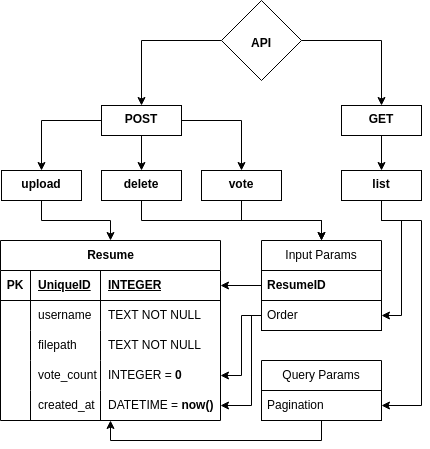
ames0k0/TestWork keeps this draw.io diagram as WebDevelopment/MVPProject/static/docs/ProjectStructure.drawio.png. Above is the earlier version. Source tidied: cells renumbered, new cells last; positions are measured from the earlier drawing's top-left corner, leaving out a move shared by most shapes.
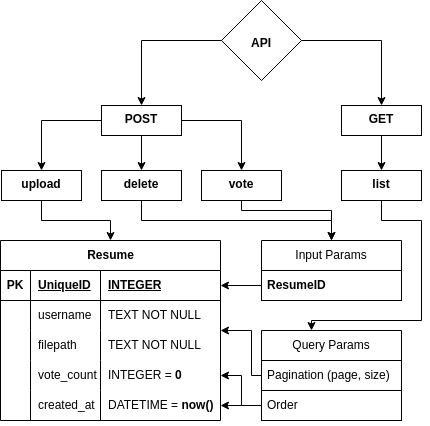
The same diagram one commit later.

What changed in the source:
```diff
@@ -84,60 +84,49 @@
       <mxGeometry relative="1" as="geometry">
         <Array as="points">
           <mxPoint x="141" y="220" />
-          <mxPoint x="321" y="220" />
+          <mxPoint x="331" y="220" />
         </Array>
       </mxGeometry>
     </mxCell>
     <mxCell id="29" value="&lt;b&gt;delete&lt;/b&gt;" style="whiteSpace=wrap;html=1;verticalAlign=top;" parent="1" vertex="1">
       <mxGeometry x="101" y="170" width="80" height="30" as="geometry" />
     </mxCell>
-    <mxCell id="30" style="edgeStyle=orthogonalEdgeStyle;rounded=0;jettySize=auto;html=1;" parent="1" edge="1" source="32" target="39">
-      <mxGeometry relative="1" as="geometry">
-        <Array as="points">
-          <mxPoint x="381" y="220" />
-          <mxPoint x="401" y="220" />
-          <mxPoint x="401" y="315" />
-        </Array>
-      </mxGeometry>
-    </mxCell>
-    <mxCell id="31" style="edgeStyle=orthogonalEdgeStyle;rounded=0;jettySize=auto;html=1;" parent="1" edge="1" source="32" target="35">
-      <mxGeometry relative="1" as="geometry">
-        <Array as="points">
-          <mxPoint x="381" y="220" />
-          <mxPoint x="421" y="220" />
-          <mxPoint x="421" y="405" />
-        </Array>
-      </mxGeometry>
-    </mxCell>
+    <mxCell id="50" style="edgeStyle=orthogonalEdgeStyle;rounded=0;jettySize=auto;html=1;" parent="1" edge="1" source="32" target="34">
+      <mxGeometry relative="1" as="geometry">
+        <Array as="points">
+          <mxPoint x="381" y="220" />
+          <mxPoint x="421" y="220" />
+          <mxPoint x="421" y="320" />
+          <mxPoint x="311" y="320" />
+        </Array>
+      </mxGeometry>
+    </mxCell>
     <mxCell id="32" value="&lt;b&gt;list&lt;/b&gt;" style="whiteSpace=wrap;html=1;verticalAlign=top;" parent="1" vertex="1">
       <mxGeometry x="341" y="170" width="80" height="30" as="geometry" />
     </mxCell>
     <mxCell id="33" style="edgeStyle=orthogonalEdgeStyle;rounded=0;jettySize=auto;html=1;" parent="1" edge="1" source="34" target="2">
       <mxGeometry relative="1" as="geometry">
         <Array as="points">
-          <mxPoint x="321" y="440" />
-          <mxPoint x="110" y="440" />
+          <mxPoint x="251" y="375" />
+          <mxPoint x="251" y="330" />
         </Array>
       </mxGeometry>
     </mxCell>
     <mxCell id="34" value="Query Params" style="swimlane;fontStyle=0;horizontal=1;startSize=30;whiteSpace=wrap;html=1;" parent="1" vertex="1">
-      <mxGeometry x="261" y="360" width="120" height="60" as="geometry" />
+      <mxGeometry x="261" y="330" width="140" height="90" as="geometry" />
     </mxCell>
-    <mxCell id="35" value="Pagination" style="text;strokeColor=default;fillColor=none;align=left;verticalAlign=middle;spacingLeft=4;spacingRight=4;overflow=hidden;points=[[0,0.5],[1,0.5]];portConstraint=eastwest;whiteSpace=wrap;html=1;" parent="34" vertex="1">
-      <mxGeometry y="30" width="120" height="30" as="geometry" />
+    <mxCell id="35" value="Pagination (page, size)" style="text;strokeColor=default;fillColor=none;align=left;verticalAlign=middle;spacingLeft=4;spacingRight=4;overflow=hidden;points=[[0,0.5],[1,0.5]];portConstraint=eastwest;whiteSpace=wrap;html=1;" parent="34" vertex="1">
+      <mxGeometry y="30" width="140" height="30" as="geometry" />
     </mxCell>
-    <mxCell id="36" style="edgeStyle=orthogonalEdgeStyle;rounded=0;jettySize=auto;html=1;" parent="1" edge="1" source="37" target="3">
-      <mxGeometry relative="1" as="geometry" />
-    </mxCell>
+    <mxCell id="39" value="Order" style="text;strokeColor=default;fillColor=none;align=left;verticalAlign=middle;spacingLeft=4;spacingRight=4;overflow=hidden;points=[[0,0.5],[1,0.5]];portConstraint=eastwest;whiteSpace=wrap;html=1;" parent="34" vertex="1">
+      <mxGeometry y="60" width="140" height="30" as="geometry" />
+    </mxCell>
     <mxCell id="37" value="Input Params" style="swimlane;fontStyle=0;horizontal=1;startSize=30;whiteSpace=wrap;html=1;" parent="1" vertex="1">
-      <mxGeometry x="261" y="240" width="120" height="90" as="geometry" />
+      <mxGeometry x="261" y="240" width="140" height="60" as="geometry" />
     </mxCell>
     <mxCell id="38" value="&lt;b&gt;ResumeID&lt;/b&gt;" style="text;strokeColor=default;fillColor=none;align=left;verticalAlign=middle;spacingLeft=4;spacingRight=4;overflow=hidden;points=[[0,0.5],[1,0.5]];portConstraint=eastwest;whiteSpace=wrap;html=1;" parent="37" vertex="1">
-      <mxGeometry y="30" width="120" height="30" as="geometry" />
+      <mxGeometry y="30" width="140" height="30" as="geometry" />
     </mxCell>
-    <mxCell id="39" value="Order" style="text;strokeColor=default;fillColor=none;align=left;verticalAlign=middle;spacingLeft=4;spacingRight=4;overflow=hidden;points=[[0,0.5],[1,0.5]];portConstraint=eastwest;whiteSpace=wrap;html=1;" parent="37" vertex="1">
-      <mxGeometry y="60" width="120" height="30" as="geometry" />
-    </mxCell>
     <mxCell id="40" style="edgeStyle=orthogonalEdgeStyle;rounded=0;jettySize=auto;html=1;" parent="1" edge="1" source="43" target="29">
       <mxGeometry relative="1" as="geometry" />
     </mxCell>
@@ -157,26 +146,29 @@
       <mxGeometry x="341" y="105" width="80" height="30" as="geometry" />
     </mxCell>
     <mxCell id="46" style="edgeStyle=orthogonalEdgeStyle;rounded=0;jettySize=auto;html=1;" parent="1" edge="1" source="47" target="37">
-      <mxGeometry relative="1" as="geometry" />
+      <mxGeometry relative="1" as="geometry">
+        <Array as="points">
+          <mxPoint x="241" y="210" />
+          <mxPoint x="331" y="210" />
+        </Array>
+      </mxGeometry>
     </mxCell>
     <mxCell id="47" value="&lt;b&gt;vote&lt;/b&gt;" style="whiteSpace=wrap;html=1;verticalAlign=top;" parent="1" vertex="1">
       <mxGeometry x="201" y="170" width="80" height="30" as="geometry" />
     </mxCell>
+    <mxCell id="51" style="edgeStyle=orthogonalEdgeStyle;rounded=0;jettySize=auto;html=1;" parent="1" edge="1" source="38" target="3">
+      <mxGeometry relative="1" as="geometry" />
+    </mxCell>
     <mxCell id="48" style="edgeStyle=orthogonalEdgeStyle;rounded=0;jettySize=auto;html=1;" parent="1" edge="1" source="39" target="15">
       <mxGeometry relative="1" as="geometry">
         <Array as="points">
-          <mxPoint x="241" y="315" />
+          <mxPoint x="241" y="405" />
           <mxPoint x="241" y="375" />
         </Array>
       </mxGeometry>
     </mxCell>
     <mxCell id="49" style="edgeStyle=orthogonalEdgeStyle;rounded=0;jettySize=auto;html=1;" parent="1" edge="1" source="39" target="19">
-      <mxGeometry relative="1" as="geometry">
-        <Array as="points">
-          <mxPoint x="251" y="315" />
-          <mxPoint x="251" y="405" />
-        </Array>
-      </mxGeometry>
+      <mxGeometry relative="1" as="geometry" />
     </mxCell>
   </root>
 </mxGraphModel>
```
